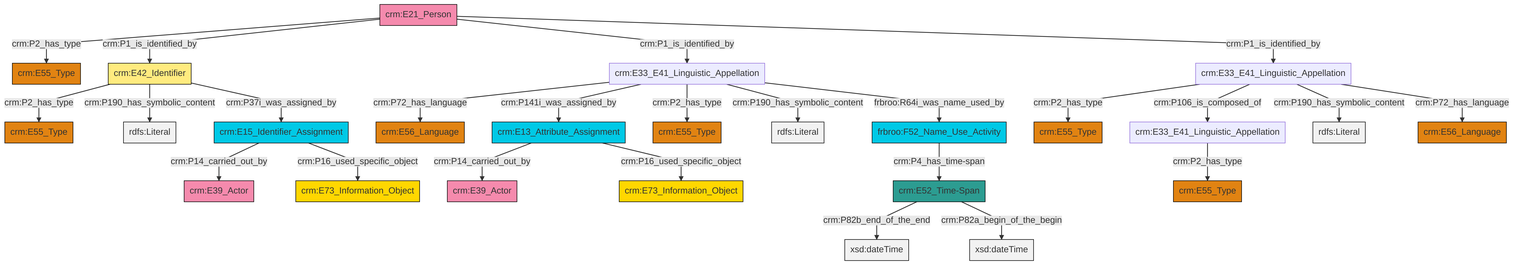
swiss-art-research-net/reference-data-models keeps this Mermaid diagram as et/personCSV/ttl/mmd/png/Person_Names_and_Classification.png. Above is the earlier version. Its source is kept beside it as et/personCSV/ttl/mmd/Person_Names_and_Classification.ttl.mmd.
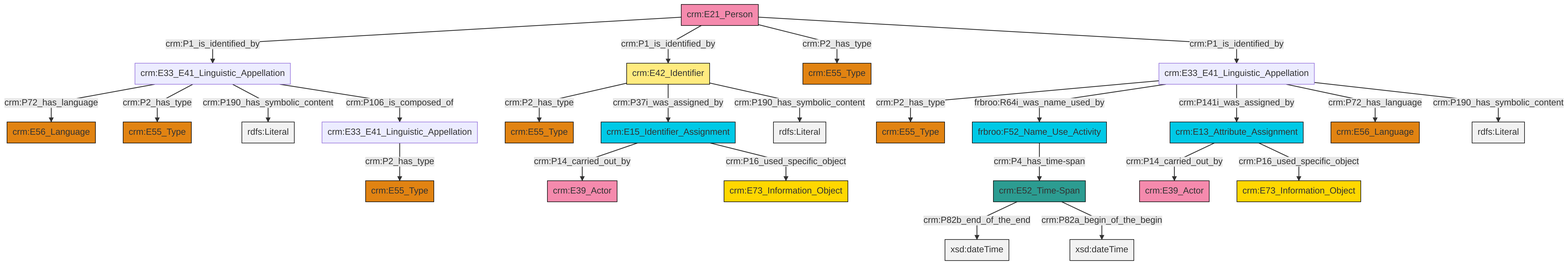
Later version of the same file.

What changed in the source:
```diff
@@ -13,27 +13,27 @@
 classDef PC_Classes fill:#4ce600, stroke:#000000;
 classDef Multi fill:#cccccc,stroke:#000000;
 
+0["crm:E13_Attribute_Assignment"]:::Temporal_Entity -->|crm:P14_carried_out_by| 1["crm:E39_Actor"]:::Actor
+2["crm:E21_Person"]:::Actor -->|crm:P1_is_identified_by| 3["crm:E33_E41_Linguistic_Appellation"]:::Default
 4["crm:E33_E41_Linguistic_Appellation"]:::Default -->|crm:P2_has_type| 5["crm:E55_Type"]:::Type
-6["crm:E33_E41_Linguistic_Appellation"]:::Default -->|crm:P72_has_language| 7["crm:E56_Language"]:::Type
-8["crm:E52_Time-Span"]:::Time-Span -->|crm:P82b_end_of_the_end| 9[xsd:dateTime]:::Literal
-12["crm:E21_Person"]:::Actor -->|crm:P2_has_type| 13["crm:E55_Type"]:::Type
-4["crm:E33_E41_Linguistic_Appellation"]:::Default -->|crm:P106_is_composed_of| 16["crm:E33_E41_Linguistic_Appellation"]:::Default
-14["crm:E42_Identifier"]:::Appellation -->|crm:P2_has_type| 18["crm:E55_Type"]:::Type
-0["crm:E15_Identifier_Assignment"]:::Temporal_Entity -->|crm:P14_carried_out_by| 10["crm:E39_Actor"]:::Actor
-6["crm:E33_E41_Linguistic_Appellation"]:::Default -->|crm:P141i_was_assigned_by| 20["crm:E13_Attribute_Assignment"]:::Temporal_Entity
-12["crm:E21_Person"]:::Actor -->|crm:P1_is_identified_by| 14["crm:E42_Identifier"]:::Appellation
-4["crm:E33_E41_Linguistic_Appellation"]:::Default -->|crm:P190_has_symbolic_content| 26[rdfs:Literal]:::Literal
-12["crm:E21_Person"]:::Actor -->|crm:P1_is_identified_by| 6["crm:E33_E41_Linguistic_Appellation"]:::Default
-29["frbroo:F52_Name_Use_Activity"]:::Temporal_Entity -->|crm:P4_has_time-span| 8["crm:E52_Time-Span"]:::Time-Span
-0["crm:E15_Identifier_Assignment"]:::Temporal_Entity -->|crm:P16_used_specific_object| 2["crm:E73_Information_Object"]:::Conceptual_Object
-6["crm:E33_E41_Linguistic_Appellation"]:::Default -->|crm:P2_has_type| 31["crm:E55_Type"]:::Type
-4["crm:E33_E41_Linguistic_Appellation"]:::Default -->|crm:P72_has_language| 32["crm:E56_Language"]:::Type
-20["crm:E13_Attribute_Assignment"]:::Temporal_Entity -->|crm:P14_carried_out_by| 34["crm:E39_Actor"]:::Actor
-16["crm:E33_E41_Linguistic_Appellation"]:::Default -->|crm:P2_has_type| 36["crm:E55_Type"]:::Type
-8["crm:E52_Time-Span"]:::Time-Span -->|crm:P82a_begin_of_the_begin| 37[xsd:dateTime]:::Literal
-12["crm:E21_Person"]:::Actor -->|crm:P1_is_identified_by| 4["crm:E33_E41_Linguistic_Appellation"]:::Default
-14["crm:E42_Identifier"]:::Appellation -->|crm:P190_has_symbolic_content| 39[rdfs:Literal]:::Literal
-14["crm:E42_Identifier"]:::Appellation -->|crm:P37i_was_assigned_by| 0["crm:E15_Identifier_Assignment"]:::Temporal_Entity
-20["crm:E13_Attribute_Assignment"]:::Temporal_Entity -->|crm:P16_used_specific_object| 21["crm:E73_Information_Object"]:::Conceptual_Object
-6["crm:E33_E41_Linguistic_Appellation"]:::Default -->|crm:P190_has_symbolic_content| 44[rdfs:Literal]:::Literal
-6["crm:E33_E41_Linguistic_Appellation"]:::Default -->|frbroo:R64i_was_name_used_by| 29["frbroo:F52_Name_Use_Activity"]:::Temporal_Entity
+6["crm:E42_Identifier"]:::Appellation -->|crm:P2_has_type| 7["crm:E55_Type"]:::Type
+3["crm:E33_E41_Linguistic_Appellation"]:::Default -->|crm:P72_has_language| 10["crm:E56_Language"]:::Type
+3["crm:E33_E41_Linguistic_Appellation"]:::Default -->|crm:P2_has_type| 11["crm:E55_Type"]:::Type
+14["frbroo:F52_Name_Use_Activity"]:::Temporal_Entity -->|crm:P4_has_time-span| 15["crm:E52_Time-Span"]:::Time-Span
+15["crm:E52_Time-Span"]:::Time-Span -->|crm:P82b_end_of_the_end| 18[xsd:dateTime]:::Literal
+2["crm:E21_Person"]:::Actor -->|crm:P1_is_identified_by| 6["crm:E42_Identifier"]:::Appellation
+15["crm:E52_Time-Span"]:::Time-Span -->|crm:P82a_begin_of_the_begin| 22[xsd:dateTime]:::Literal
+6["crm:E42_Identifier"]:::Appellation -->|crm:P37i_was_assigned_by| 24["crm:E15_Identifier_Assignment"]:::Temporal_Entity
+4["crm:E33_E41_Linguistic_Appellation"]:::Default -->|frbroo:R64i_was_name_used_by| 14["frbroo:F52_Name_Use_Activity"]:::Temporal_Entity
+26["crm:E33_E41_Linguistic_Appellation"]:::Default -->|crm:P2_has_type| 27["crm:E55_Type"]:::Type
+3["crm:E33_E41_Linguistic_Appellation"]:::Default -->|crm:P190_has_symbolic_content| 28[rdfs:Literal]:::Literal
+2["crm:E21_Person"]:::Actor -->|crm:P2_has_type| 8["crm:E55_Type"]:::Type
+4["crm:E33_E41_Linguistic_Appellation"]:::Default -->|crm:P141i_was_assigned_by| 0["crm:E13_Attribute_Assignment"]:::Temporal_Entity
+3["crm:E33_E41_Linguistic_Appellation"]:::Default -->|crm:P106_is_composed_of| 26["crm:E33_E41_Linguistic_Appellation"]:::Default
+4["crm:E33_E41_Linguistic_Appellation"]:::Default -->|crm:P72_has_language| 20["crm:E56_Language"]:::Type
+0["crm:E13_Attribute_Assignment"]:::Temporal_Entity -->|crm:P16_used_specific_object| 38["crm:E73_Information_Object"]:::Conceptual_Object
+4["crm:E33_E41_Linguistic_Appellation"]:::Default -->|crm:P190_has_symbolic_content| 41[rdfs:Literal]:::Literal
+24["crm:E15_Identifier_Assignment"]:::Temporal_Entity -->|crm:P14_carried_out_by| 34["crm:E39_Actor"]:::Actor
+6["crm:E42_Identifier"]:::Appellation -->|crm:P190_has_symbolic_content| 44[rdfs:Literal]:::Literal
+24["crm:E15_Identifier_Assignment"]:::Temporal_Entity -->|crm:P16_used_specific_object| 12["crm:E73_Information_Object"]:::Conceptual_Object
+2["crm:E21_Person"]:::Actor -->|crm:P1_is_identified_by| 4["crm:E33_E41_Linguistic_Appellation"]:::Default
```
